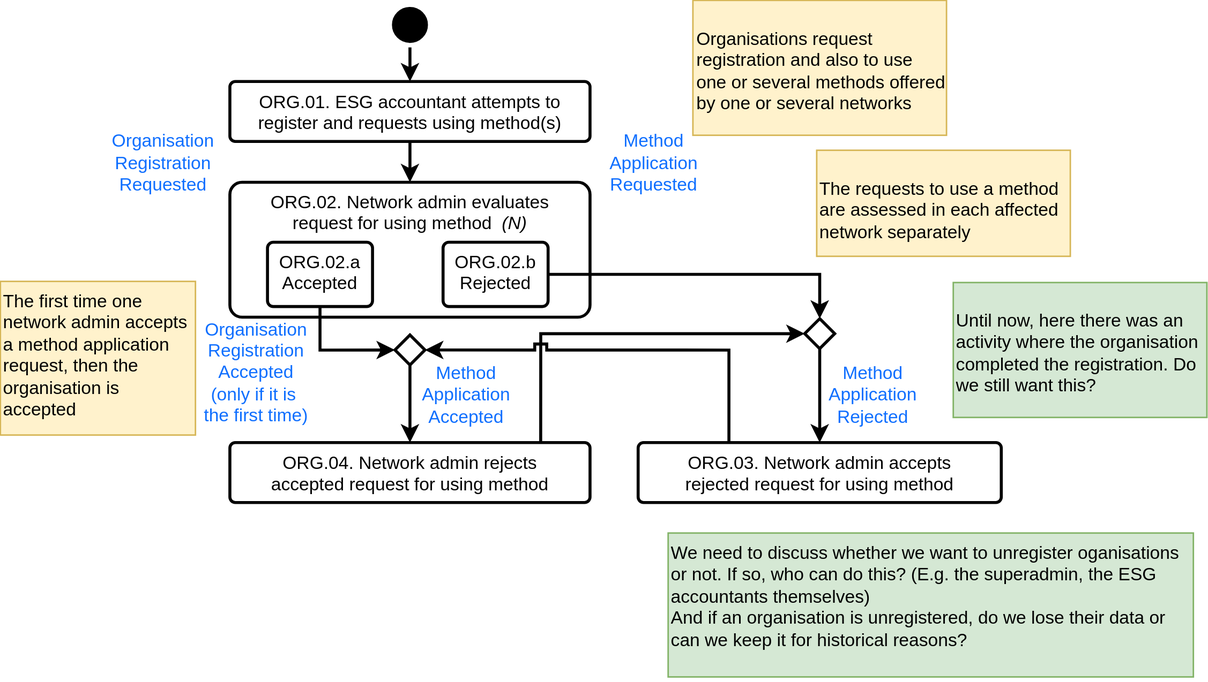
Earlier version of the draw.io export Process/ProcessORG.svg (Show-your-Heart/ShowYourHeart-docs). Source tidied: cells renumbered, new cells last; positions are measured from the earlier drawing's top-left corner, leaving out a move shared by most shapes.
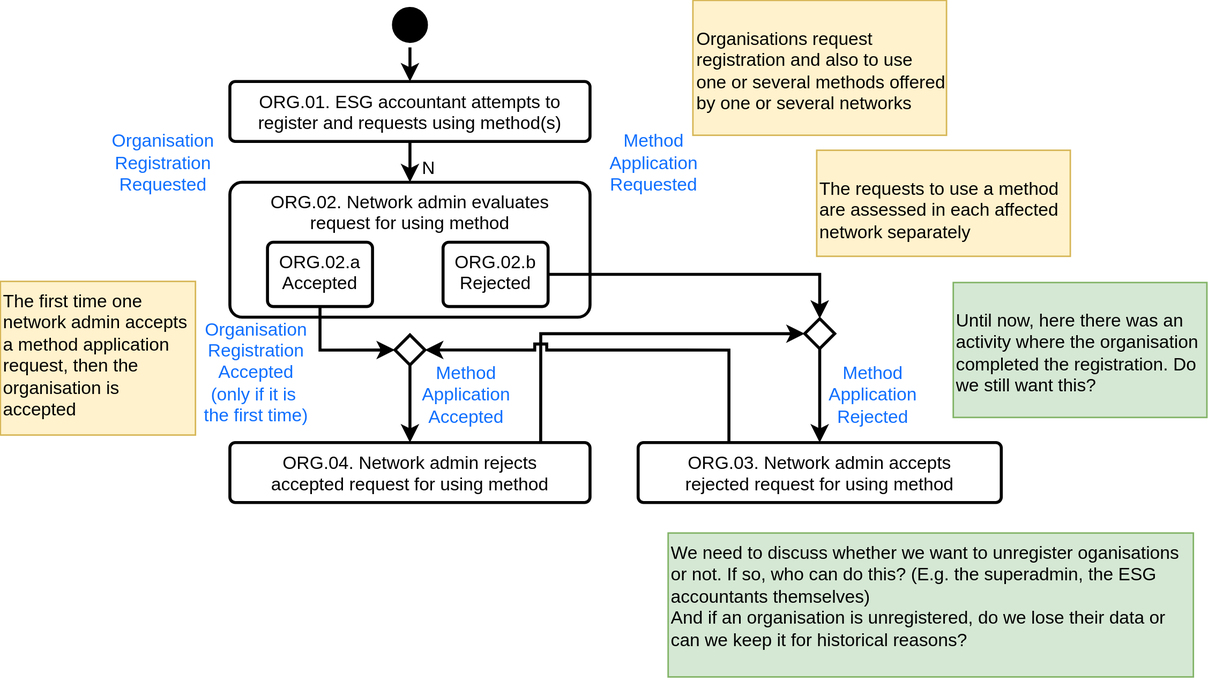
The same file after the commit.

Change to the diagram source:
```diff
@@ -8,7 +8,7 @@
     <mxCell id="3" style="edgeStyle=orthogonalEdgeStyle;rounded=0;jumpStyle=sharp;jettySize=auto;html=1;startArrow=none;exitX=0.863;exitY=0.009;exitDx=0;exitDy=0;strokeWidth=2;entryX=0;entryY=0.5;entryDx=0;entryDy=0;exitPerimeter=0;" parent="1" edge="1" source="8" target="22">
       <mxGeometry relative="1" as="geometry" />
     </mxCell>
-    <mxCell id="4" value="ORG.02. Network admin evaluates request for using method&amp;nbsp;&lt;i&gt; (N)&lt;/i&gt;" style="rounded=1;whiteSpace=wrap;html=1;shadow=0;verticalAlign=top;spacingLeft=10;spacingRight=10;arcSize=9;strokeWidth=2;" parent="1" vertex="1">
+    <mxCell id="4" value="ORG.02. Network admin evaluates request for using method&lt;i&gt;&lt;br&gt;&lt;/i&gt;" style="rounded=1;whiteSpace=wrap;html=1;shadow=0;verticalAlign=top;spacingLeft=10;spacingRight=10;arcSize=9;strokeWidth=2;" parent="1" vertex="1">
       <mxGeometry x="152.9" y="121.4" width="240" height="90" as="geometry" />
     </mxCell>
     <mxCell id="5" style="edgeStyle=orthogonalEdgeStyle;rounded=0;jumpStyle=sharp;jettySize=auto;html=1;startArrow=none;entryX=0.5;entryY=0;entryDx=0;entryDy=0;exitX=0.5;exitY=1;exitDx=0;exitDy=0;strokeWidth=2;" parent="1" edge="1" source="22" target="13">
@@ -83,5 +83,8 @@
     <mxCell id="28" value="&lt;div&gt;&lt;br&gt;&lt;/div&gt;&lt;div&gt;&lt;span style=&quot;color: rgb(15, 111, 255);&quot;&gt;Organisation&lt;/span&gt;&lt;/div&gt;&lt;div&gt;&lt;span style=&quot;color: rgb(15, 111, 255);&quot;&gt;Registration&lt;/span&gt;&lt;/div&gt;&lt;div&gt;&lt;span style=&quot;color: rgb(15, 111, 255);&quot;&gt;Requested&lt;/span&gt;&lt;/div&gt;" style="text;html=1;align=center;verticalAlign=middle;strokeColor=none;fillColor=none;" parent="1" vertex="1">
       <mxGeometry x="62.9" y="66.4" width="90" height="70" as="geometry" />
     </mxCell>
+    <mxCell id="29" value="N" style="text;html=1;align=center;verticalAlign=middle;strokeColor=none;fillColor=none;" parent="1" vertex="1">
+      <mxGeometry x="270" y="97" width="30" height="30" as="geometry" />
+    </mxCell>
   </root>
 </mxGraphModel>
```
